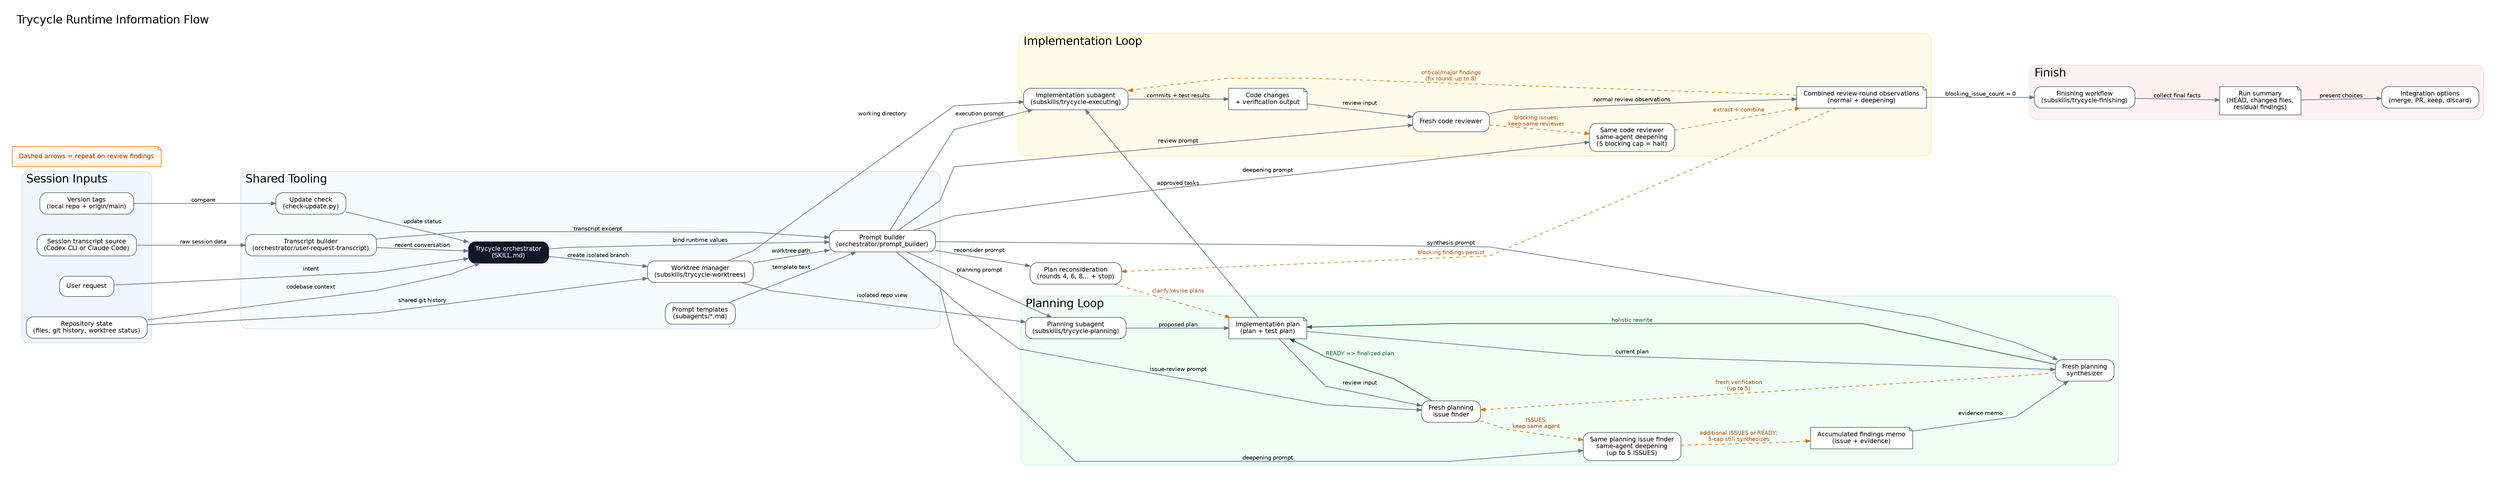
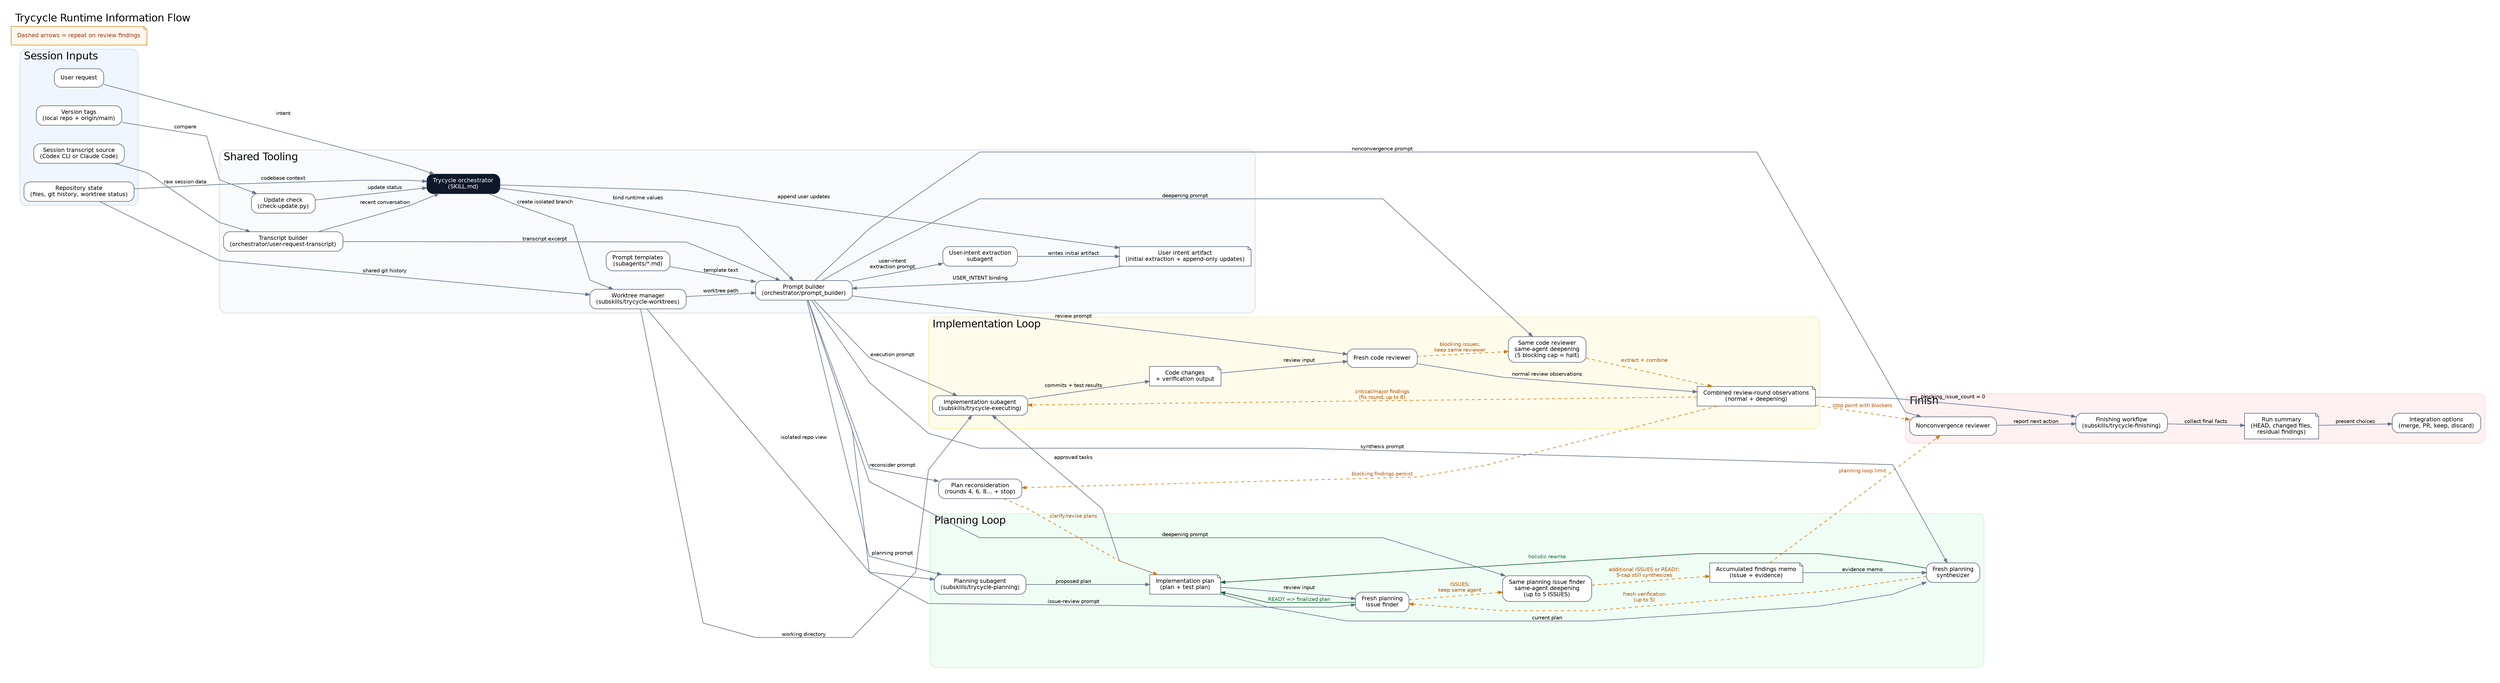
digraph trycycle_information_flow {
  graph [
    label="Trycycle Runtime Information Flow",
    labelloc=t,
    labeljust=l,
    rankdir=LR,
    splines=polyline,
    pad=0.3,
    nodesep=0.5,
    ranksep=0.9,
    bgcolor="white",
    fontname="Helvetica",
    fontsize=20
  ];

  node [
    shape=box,
    style="rounded,filled",
    fontname="Helvetica",
    fontsize=11,
    color="#475569",
    fillcolor="white",
    margin="0.16,0.10"
  ];

  edge [
    fontname="Helvetica",
    fontsize=10,
    color="#64748b",
    arrowsize=0.8,
    penwidth=1.2
  ];

  subgraph cluster_session {
    label="Session Inputs";
    color="#bfdbfe";
    fillcolor="#eff6ff";
    style="rounded,filled";

    user_request [label="User request"];
    repo_state [label="Repository state\n(files, git history, worktree status)"];
    transcript_source [label="Session transcript source\n(Codex CLI or Claude Code)"];
    version_tags [label="Version tags\n(local repo + origin/main)"];
  }

  subgraph cluster_tooling {
    label="Shared Tooling";
    color="#cbd5e1";
    fillcolor="#f8fafc";
    style="rounded,filled";

    orchestrator [
      label="Trycycle orchestrator\n(SKILL.md)",
      fillcolor="#0f172a",
      fontcolor="white",
      color="#0f172a"
    ];
    check_update [label="Update check\n(check-update.py)"];
    transcript_builder [label="Transcript builder\n(orchestrator/user-request-transcript)"];
    prompt_templates [label="Prompt templates\n(subagents/*.md)"];
    prompt_builder [label="Prompt builder\n(orchestrator/prompt_builder)"];
    worktree_manager [label="Worktree manager\n(subskills/trycycle-worktrees)"];
+     user_intent_extractor [label="User-intent extraction\nsubagent"];
+     user_intent_artifact [
+       label="User intent artifact\n(initial extraction + append-only updates)",
+       shape=note,
+       fillcolor="#ffffff"
+     ];
  }

  subgraph cluster_planning {
    label="Planning Loop";
    color="#bbf7d0";
    fillcolor="#f0fdf4";
    style="rounded,filled";

    planner [label="Planning subagent\n(subskills/trycycle-planning)"];
    implementation_plan [
      label="Implementation plan\n(plan + test plan)",
      shape=note,
      fillcolor="#ffffff"
    ];
    plan_reviewer [label="Fresh planning\nissue finder"];
    planning_deepening [
      label="Same planning issue finder\nsame-agent deepening\n(up to 5 ISSUES)"
    ];
    planning_findings [
      label="Accumulated findings memo\n(issue + evidence)",
      shape=note,
      fillcolor="#ffffff"
    ];
    plan_synthesizer [label="Fresh planning\nsynthesizer"];
  }

  subgraph cluster_execution {
    label="Implementation Loop";
    color="#fde68a";
    fillcolor="#fffbeb";
    style="rounded,filled";

    executor [label="Implementation subagent\n(subskills/trycycle-executing)"];
    code_artifacts [
      label="Code changes\n+ verification output",
      shape=note,
      fillcolor="#ffffff"
    ];
    post_review [label="Fresh code reviewer"];
    post_review_deepening [
      label="Same code reviewer\nsame-agent deepening\n(5 blocking cap = halt)"
    ];
    review_round_observations [
      label="Combined review-round observations\n(normal + deepening)",
      shape=note,
      fillcolor="#ffffff"
    ];
  }

  subgraph cluster_finish {
    label="Finish";
    color="#fecdd3";
    fillcolor="#fff1f2";
    style="rounded,filled";

    finisher [label="Finishing workflow\n(subskills/trycycle-finishing)"];
    run_summary [
      label="Run summary\n(HEAD, changed files,\nresidual findings)",
      shape=note,
      fillcolor="#ffffff"
    ];
+     nonconvergence_review [label="Nonconvergence reviewer"];
    integration [label="Integration options\n(merge, PR, keep, discard)"];
  }

  loop_legend [
    label="Dashed arrows = repeat on review findings",
    shape=note,
    fillcolor="#fff7ed",
    color="#d97706",
    fontcolor="#9a3412"
  ];

  user_request -> orchestrator [label="intent"];
  repo_state -> orchestrator [label="codebase context"];
  version_tags -> check_update [label="compare"];
  check_update -> orchestrator [label="update status"];
  transcript_source -> transcript_builder [label="raw session data"];
  transcript_builder -> orchestrator [label="recent conversation"];

  orchestrator -> worktree_manager [label="create isolated branch"];
  repo_state -> worktree_manager [label="shared git history"];
  orchestrator -> prompt_builder [label="bind runtime values"];
  prompt_templates -> prompt_builder [label="template text"];
  transcript_builder -> prompt_builder [label="transcript excerpt"];
  worktree_manager -> prompt_builder [label="worktree path"];
+   prompt_builder -> user_intent_extractor [label="user-intent\nextraction prompt"];
+   user_intent_extractor -> user_intent_artifact [label="writes initial artifact"];
+   orchestrator -> user_intent_artifact [label="append user updates"];
+   user_intent_artifact -> prompt_builder [label="USER_INTENT binding"];

  prompt_builder -> planner [label="planning prompt"];
  worktree_manager -> planner [label="isolated repo view"];
  planner -> implementation_plan [label="proposed plan"];
  implementation_plan -> plan_reviewer [label="review input"];
  prompt_builder -> plan_reviewer [label="issue-review prompt"];
  plan_reviewer -> planning_deepening [
    label="ISSUES;\nkeep same agent",
    style=dashed,
    color="#d97706",
    fontcolor="#b45309"
  ];
  prompt_builder -> planning_deepening [label="deepening prompt"];
  planning_deepening -> planning_findings [
    label="additional ISSUES or READY;\n5-cap still synthesizes",
    style=dashed,
    color="#d97706",
    fontcolor="#b45309"
  ];
  plan_reviewer -> implementation_plan [
    label="READY => finalized plan",
    color="#166534",
    fontcolor="#166534"
  ];
  planning_findings -> plan_synthesizer [label="evidence memo"];
  implementation_plan -> plan_synthesizer [label="current plan"];
  prompt_builder -> plan_synthesizer [label="synthesis prompt"];
  plan_synthesizer -> implementation_plan [
    label="holistic rewrite",
    color="#166534",
    fontcolor="#166534"
  ];
  plan_synthesizer -> plan_reviewer [
    label="fresh verification\n(up to 5)",
    style=dashed,
    color="#d97706",
    fontcolor="#b45309"
  ];

  implementation_plan -> executor [label="approved tasks"];
  prompt_builder -> executor [label="execution prompt"];
  worktree_manager -> executor [label="working directory"];
  executor -> code_artifacts [label="commits + test results"];
  code_artifacts -> post_review [label="review input"];
  prompt_builder -> post_review [label="review prompt"];
  post_review -> post_review_deepening [
    label="blocking issues;\nkeep same reviewer",
    style=dashed,
    color="#d97706",
    fontcolor="#b45309"
  ];
  prompt_builder -> post_review_deepening [label="deepening prompt"];
  post_review -> review_round_observations [
    label="normal review observations"
  ];
  post_review_deepening -> review_round_observations [
    label="extract + combine",
    style=dashed,
    color="#d97706",
    fontcolor="#b45309"
  ];
  plan_reconsider [
    label="Plan reconsideration\n(rounds 4, 6, 8... + stop)",
    fillcolor="#ffffff"
  ];
  prompt_builder -> plan_reconsider [label="reconsider prompt"];
  review_round_observations -> plan_reconsider [
    label="blocking findings persist",
    style=dashed,
    color="#d97706",
    fontcolor="#b45309"
  ];
  plan_reconsider -> implementation_plan [
    label="clarify/revise plans",
    style=dashed,
    color="#d97706",
    fontcolor="#b45309"
  ];
  review_round_observations -> executor [
    label="critical/major findings\n(fix round, up to 8)",
    style=dashed,
    color="#d97706",
    fontcolor="#b45309"
  ];

+   prompt_builder -> nonconvergence_review [label="nonconvergence prompt"];
+   planning_findings -> nonconvergence_review [
+     label="planning loop limit",
+     style=dashed,
+     color="#d97706",
+     fontcolor="#b45309"
+   ];
+   review_round_observations -> nonconvergence_review [
+     label="stop point with blockers",
+     style=dashed,
+     color="#d97706",
+     fontcolor="#b45309"
+   ];
+   nonconvergence_review -> finisher [label="report next action"];
  review_round_observations -> finisher [label="blocking_issue_count = 0"];
  finisher -> run_summary [label="collect final facts"];
  run_summary -> integration [label="present choices"];
}
